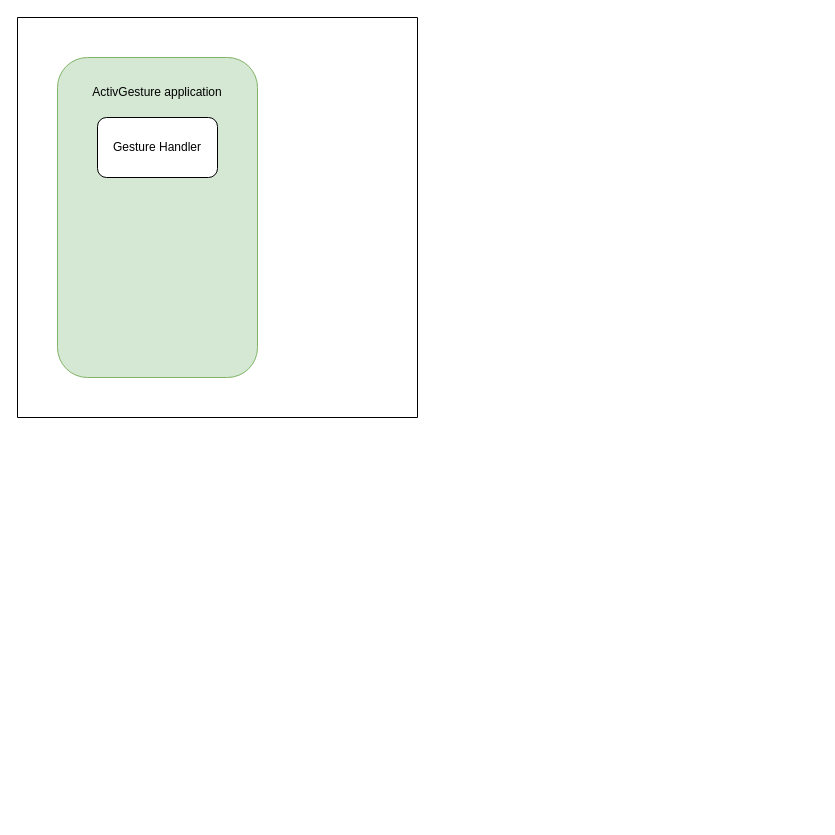
Earlier version of the draw.io diagram gesture_assistant.drawio (windboat/draw.io). Source tidied: cells renumbered, new cells numbered last; positions are measured from the earlier drawing's top-left corner, leaving out a move shared by most shapes. Both pictures are drawn from the tidied source at 100%, with x=0, y=0 at pixel (17, 17).
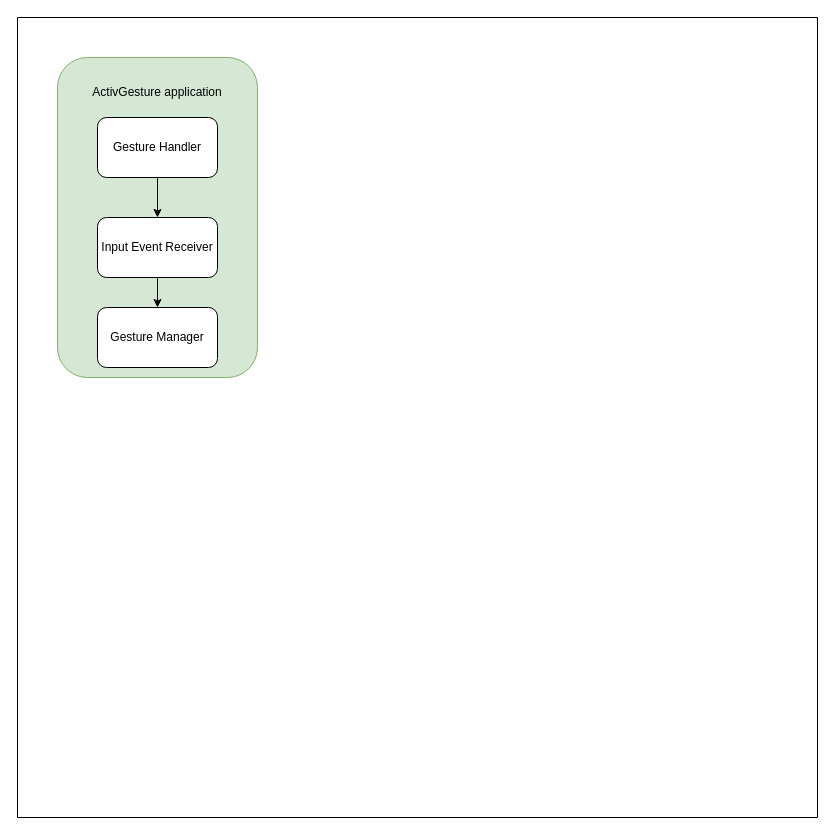
The same page after the edit.

Change to the diagram source:
```diff
@@
 <mxGraphModel>
   <root>
     <mxCell id="0" />
     <mxCell id="1" parent="0" />
     <mxCell id="2" style="swimlane;startSize=0;" parent="1" vertex="1">
-      <mxGeometry width="400" height="400" as="geometry" />
+      <mxGeometry width="800" height="800" as="geometry" />
     </mxCell>
     <mxCell id="3" style="rounded=1;whiteSpace=wrap;html=1;fillColor=#d5e8d4;strokeColor=#82b366;" parent="2" vertex="1">
       <mxGeometry x="40" y="40" width="200" height="320" as="geometry" />
     </mxCell>
     <mxCell id="4" value="ActivGesture application" style="text;html=1;strokeColor=none;fillColor=none;align=center;verticalAlign=middle;whiteSpace=wrap;rounded=0;" parent="2" vertex="1">
       <mxGeometry x="65" y="60" width="150" height="30" as="geometry" />
     </mxCell>
+    <mxCell id="6" style="edgeStyle=orthogonalEdgeStyle;rounded=0;jettySize=auto;html=1;" parent="2" edge="1" source="5" target="8">
+      <mxGeometry relative="1" as="geometry" />
+    </mxCell>
     <mxCell id="5" value="Gesture Handler" style="rounded=1;whiteSpace=wrap;html=1;" parent="2" vertex="1">
       <mxGeometry x="80" y="100" width="120" height="60" as="geometry" />
     </mxCell>
+    <mxCell id="7" style="edgeStyle=orthogonalEdgeStyle;rounded=0;jettySize=auto;html=1;" parent="2" edge="1" source="8" target="9">
+      <mxGeometry relative="1" as="geometry" />
+    </mxCell>
+    <mxCell id="8" value="Input Event Receiver" style="rounded=1;whiteSpace=wrap;html=1;" parent="2" vertex="1">
+      <mxGeometry x="80" y="200" width="120" height="60" as="geometry" />
+    </mxCell>
+    <mxCell id="9" value="Gesture Manager" style="rounded=1;whiteSpace=wrap;html=1;" parent="2" vertex="1">
+      <mxGeometry x="80" y="290" width="120" height="60" as="geometry" />
+    </mxCell>
   </root>
 </mxGraphModel>
```
